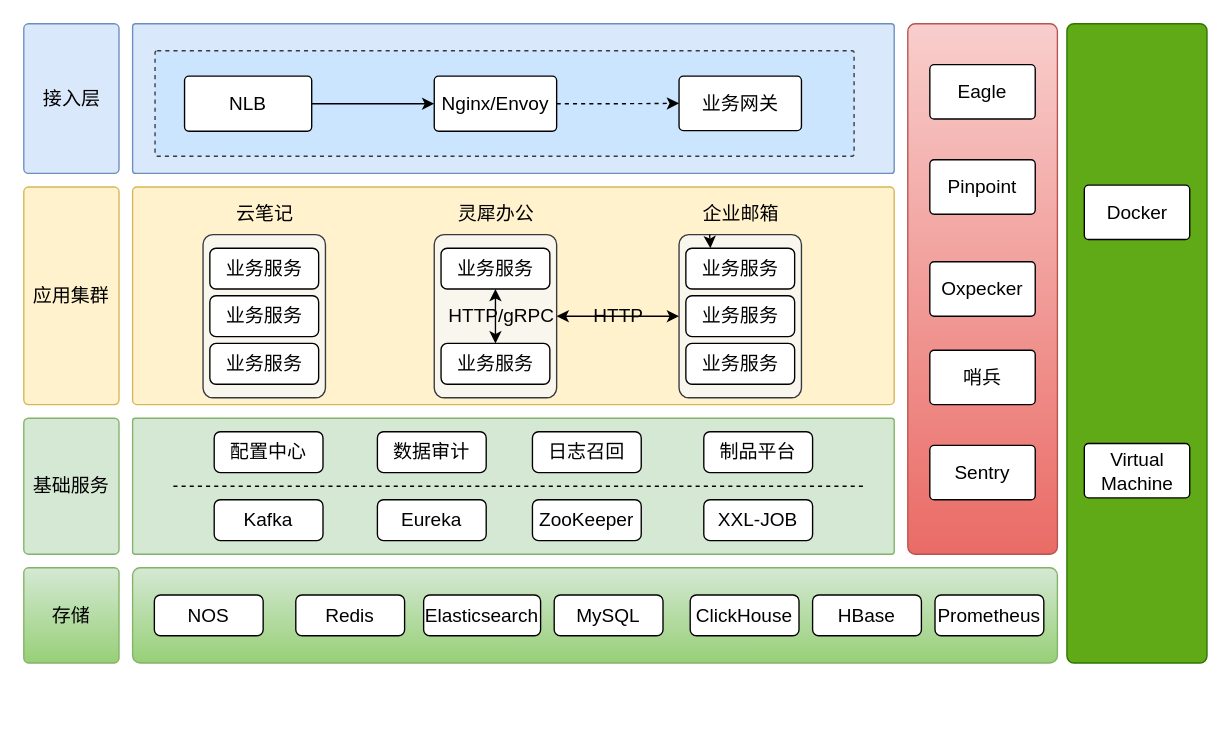
This is page "灵犀架构图" (1 of 8) of Untitled Diagram.drawio from maxuewen/draw.io, a draw.io file, before an edit. Source tidied: cells renumbered, new cells numbered last; positions are measured from the earlier drawing's top-left corner, leaving out a move shared by most shapes. Both pictures are drawn from the tidied source at 136%, with x=0, y=0 at pixel (23, 23).
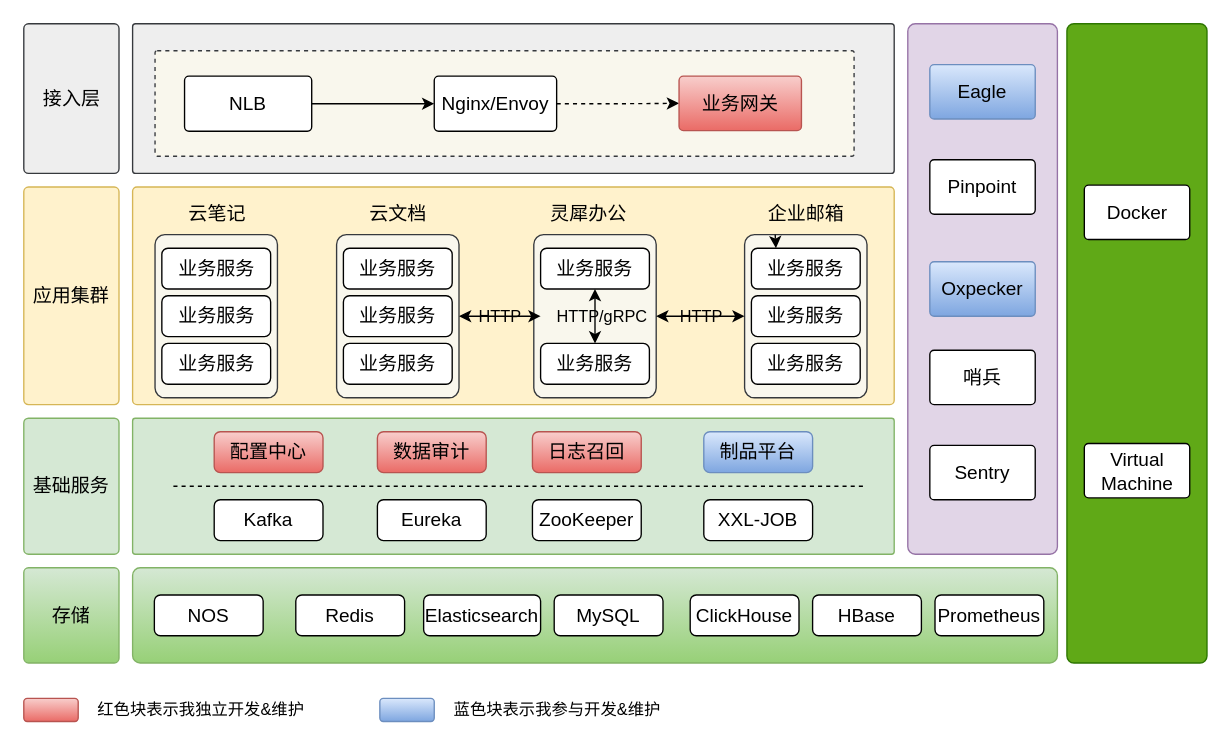
The same diagram, later.

The change refers to these unchanged cells:
```xml
<mxCell id="36" style="endArrow=classic;startArrow=classic;html=1;rounded=0;strokeWidth=1;entryX=0.5;entryY=1;entryDx=0;entryDy=0;exitX=0.5;exitY=0;exitDx=0;exitDy=0;fontSize=14;" parent="1" edge="1" source="15" target="14">
  <mxGeometry relative="1" as="geometry" />
</mxCell>
```

What changed in the source:
```diff
@@
-    <mxCell id="2" style="rounded=1;whiteSpace=wrap;html=1;arcSize=2;fillStyle=auto;shadow=0;glass=0;sketch=0;fillColor=#dae8fc;strokeColor=#6c8ebf;fontSize=14;" parent="1" vertex="1">
+    <mxCell id="2" style="rounded=1;whiteSpace=wrap;html=1;arcSize=2;fillStyle=auto;shadow=0;glass=0;sketch=0;fillColor=#eeeeee;strokeColor=#36393d;fontSize=14;" parent="1" vertex="1">
       <mxGeometry x="80" width="560" height="110" as="geometry" />
     </mxCell>
-    <mxCell id="3" style="rounded=1;whiteSpace=wrap;html=1;arcSize=2;fillStyle=auto;shadow=0;glass=0;sketch=0;dashed=1;strokeWidth=1;fillColor=#cce5ff;strokeColor=#36393d;fontSize=14;" parent="1" vertex="1">
+    <mxCell id="3" style="rounded=1;whiteSpace=wrap;html=1;arcSize=2;fillStyle=auto;shadow=0;glass=0;sketch=0;dashed=1;strokeWidth=1;fillColor=#f9f7ed;strokeColor=#36393d;fontSize=14;" parent="1" vertex="1">
       <mxGeometry x="96.5" y="19.8" width="514" height="77.6" as="geometry" />
     </mxCell>
-    <mxCell id="4" style="rounded=1;whiteSpace=wrap;html=1;perimeterSpacing=10;imageWidth=24;imageHeight=24;arcSize=5;fillColor=#dae8fc;strokeColor=#6c8ebf;fontSize=14;" parent="1" vertex="1">
+    <mxCell id="4" style="rounded=1;whiteSpace=wrap;html=1;perimeterSpacing=10;imageWidth=24;imageHeight=24;arcSize=5;fillColor=#eeeeee;strokeColor=#36393d;fontSize=14;" parent="1" vertex="1">
       <mxGeometry width="70" height="110" as="geometry" />
     </mxCell>
@@
     <mxCell id="8" style="rounded=1;whiteSpace=wrap;html=1;arcSize=8;fillStyle=auto;shadow=0;glass=0;sketch=0;fillColor=#f9f7ed;strokeColor=#36393d;fontSize=14;" parent="1" vertex="1">
-      <mxGeometry x="131.8" y="155" width="90" height="120" as="geometry" />
+      <mxGeometry x="96.5" y="155" width="90" height="120" as="geometry" />
     </mxCell>
     <mxCell id="9" value="业务服务" style="rounded=1;whiteSpace=wrap;html=1;shadow=0;glass=0;sketch=0;fillStyle=auto;fontSize=14;" parent="1" vertex="1">
-      <mxGeometry x="136.8" y="165" width="80" height="30" as="geometry" />
+      <mxGeometry x="101.5" y="165" width="80" height="30" as="geometry" />
     </mxCell>
     <mxCell id="10" value="业务服务" style="rounded=1;whiteSpace=wrap;html=1;shadow=0;glass=0;sketch=0;fillStyle=auto;fontSize=14;" parent="1" vertex="1">
-      <mxGeometry x="136.8" y="200" width="80" height="30" as="geometry" />
+      <mxGeometry x="101.5" y="200" width="80" height="30" as="geometry" />
     </mxCell>
     <mxCell id="11" value="业务服务" style="rounded=1;whiteSpace=wrap;html=1;shadow=0;glass=0;sketch=0;fillStyle=auto;fontSize=14;" parent="1" vertex="1">
-      <mxGeometry x="136.8" y="235" width="80" height="30" as="geometry" />
+      <mxGeometry x="101.5" y="235" width="80" height="30" as="geometry" />
     </mxCell>
     <mxCell id="12" value="云笔记" style="text;html=1;align=center;verticalAlign=middle;strokeColor=none;fillColor=none;fontSize=14;" parent="1" vertex="1">
-      <mxGeometry x="141.8" y="125" width="70" height="30" as="geometry" />
+      <mxGeometry x="106.5" y="125" width="70" height="30" as="geometry" />
     </mxCell>
     <mxCell id="13" style="rounded=1;whiteSpace=wrap;html=1;arcSize=8;fillStyle=auto;shadow=0;glass=0;sketch=0;fillColor=#f9f7ed;strokeColor=#36393d;fontSize=14;" parent="1" vertex="1">
-      <mxGeometry x="301.8" y="155" width="90" height="120" as="geometry" />
+      <mxGeometry x="375" y="155" width="90" height="120" as="geometry" />
     </mxCell>
     <mxCell id="14" value="业务服务" style="rounded=1;whiteSpace=wrap;html=1;shadow=0;glass=0;sketch=0;fillStyle=auto;fontSize=14;" parent="1" vertex="1">
-      <mxGeometry x="306.8" y="165" width="80" height="30" as="geometry" />
+      <mxGeometry x="380" y="165" width="80" height="30" as="geometry" />
     </mxCell>
     <mxCell id="15" value="业务服务" style="rounded=1;whiteSpace=wrap;html=1;shadow=0;glass=0;sketch=0;fillStyle=auto;fontSize=14;" parent="1" vertex="1">
-      <mxGeometry x="306.8" y="235" width="80" height="30" as="geometry" />
+      <mxGeometry x="380" y="235" width="80" height="30" as="geometry" />
     </mxCell>
     <mxCell id="16" value="灵犀办公" style="text;html=1;align=center;verticalAlign=middle;strokeColor=none;fillColor=none;fontSize=14;" parent="1" vertex="1">
-      <mxGeometry x="306.8" y="125" width="80" height="30" as="geometry" />
+      <mxGeometry x="375" y="125" width="80" height="30" as="geometry" />
     </mxCell>
     <mxCell id="17" style="rounded=1;whiteSpace=wrap;html=1;arcSize=8;fillStyle=auto;shadow=0;glass=0;sketch=0;fillColor=#f9f7ed;strokeColor=#36393d;fontSize=14;" parent="1" vertex="1">
-      <mxGeometry x="481.8" y="155" width="90" height="120" as="geometry" />
+      <mxGeometry x="530" y="155" width="90" height="120" as="geometry" />
     </mxCell>
     <mxCell id="18" value="业务服务" style="rounded=1;whiteSpace=wrap;html=1;shadow=0;glass=0;sketch=0;fillStyle=auto;fontSize=14;" parent="1" vertex="1">
-      <mxGeometry x="486.8" y="165" width="80" height="30" as="geometry" />
+      <mxGeometry x="535" y="165" width="80" height="30" as="geometry" />
     </mxCell>
     <mxCell id="19" value="业务服务" style="rounded=1;whiteSpace=wrap;html=1;shadow=0;glass=0;sketch=0;fillStyle=auto;fontSize=14;" parent="1" vertex="1">
-      <mxGeometry x="486.8" y="200" width="80" height="30" as="geometry" />
+      <mxGeometry x="535" y="200" width="80" height="30" as="geometry" />
     </mxCell>
     <mxCell id="20" value="业务服务" style="rounded=1;whiteSpace=wrap;html=1;shadow=0;glass=0;sketch=0;fillStyle=auto;fontSize=14;" parent="1" vertex="1">
-      <mxGeometry x="486.8" y="235" width="80" height="30" as="geometry" />
+      <mxGeometry x="535" y="235" width="80" height="30" as="geometry" />
     </mxCell>
     <mxCell id="21" value="企业邮箱" style="text;html=1;align=center;verticalAlign=middle;strokeColor=none;fillColor=none;fontSize=14;" parent="1" vertex="1">
-      <mxGeometry x="486.8" y="125" width="80" height="30" as="geometry" />
+      <mxGeometry x="535" y="125" width="80" height="30" as="geometry" />
     </mxCell>
@@
-    <mxCell id="24" value="配置中心" style="rounded=1;whiteSpace=wrap;html=1;shadow=0;glass=0;sketch=0;fillStyle=auto;fontSize=14;" parent="1" vertex="1">
+    <mxCell id="24" value="配置中心" style="rounded=1;whiteSpace=wrap;html=1;shadow=0;glass=0;sketch=0;fillStyle=auto;fontSize=14;fillColor=#f8cecc;gradientColor=#ea6b66;strokeColor=#b85450;" parent="1" vertex="1">
       <mxGeometry x="140" y="300" width="80" height="30" as="geometry" />
     </mxCell>
-    <mxCell id="25" value="数据审计" style="rounded=1;whiteSpace=wrap;html=1;shadow=0;glass=0;sketch=0;fillStyle=auto;fontSize=14;" parent="1" vertex="1">
+    <mxCell id="25" value="数据审计" style="rounded=1;whiteSpace=wrap;html=1;shadow=0;glass=0;sketch=0;fillStyle=auto;fontSize=14;fillColor=#f8cecc;gradientColor=#ea6b66;strokeColor=#b85450;" parent="1" vertex="1">
       <mxGeometry x="260" y="300" width="80" height="30" as="geometry" />
     </mxCell>
-    <mxCell id="26" value="日志召回" style="rounded=1;whiteSpace=wrap;html=1;shadow=0;glass=0;sketch=0;fillStyle=auto;fontSize=14;" parent="1" vertex="1">
+    <mxCell id="26" value="日志召回" style="rounded=1;whiteSpace=wrap;html=1;shadow=0;glass=0;sketch=0;fillStyle=auto;fontSize=14;fillColor=#f8cecc;strokeColor=#b85450;gradientColor=#ea6b66;" parent="1" vertex="1">
       <mxGeometry x="374" y="300" width="80" height="30" as="geometry" />
     </mxCell>
-    <mxCell id="27" value="制品平台" style="rounded=1;whiteSpace=wrap;html=1;shadow=0;glass=0;sketch=0;fillStyle=auto;fontSize=14;" parent="1" vertex="1">
+    <mxCell id="27" value="制品平台" style="rounded=1;whiteSpace=wrap;html=1;shadow=0;glass=0;sketch=0;fillStyle=auto;fontSize=14;fillColor=#dae8fc;strokeColor=#6c8ebf;gradientColor=#7ea6e0;" parent="1" vertex="1">
       <mxGeometry x="500" y="300" width="80" height="30" as="geometry" />
     </mxCell>
@@
-    <mxCell id="35" style="rounded=1;whiteSpace=wrap;html=1;arcSize=5;fillStyle=auto;shadow=0;glass=0;sketch=0;fillColor=#f8cecc;strokeColor=#b85450;align=center;gradientColor=#ea6b66;fontSize=14;" parent="1" vertex="1">
+    <mxCell id="35" style="rounded=1;whiteSpace=wrap;html=1;arcSize=5;fillStyle=auto;shadow=0;glass=0;sketch=0;fillColor=#e1d5e7;strokeColor=#9673a6;align=center;fontSize=14;" parent="1" vertex="1">
       <mxGeometry x="650" width="110" height="390" as="geometry" />
     </mxCell>
@@
-    <mxCell id="37" value="HTTP/gRPC" style="edgeLabel;html=1;align=center;verticalAlign=middle;labelBackgroundColor=none;fontSize=14;" parent="36" vertex="1">
+    <mxCell id="37" value="&lt;font style=&quot;font-size: 12px;&quot;&gt;HTTP/gRPC&lt;/font&gt;" style="edgeLabel;html=1;align=center;verticalAlign=middle;labelBackgroundColor=none;fontSize=14;" parent="36" vertex="1">
       <mxGeometry x="0.05" y="-4" relative="1" as="geometry" />
     </mxCell>
-    <mxCell id="38" value="HTTP" style="endArrow=classic;startArrow=classic;html=1;rounded=0;strokeWidth=1;entryX=0;entryY=0.5;entryDx=0;entryDy=0;exitX=1;exitY=0.5;exitDx=0;exitDy=0;labelBackgroundColor=none;fontSize=14;" parent="1" edge="1" source="13" target="17">
-      <mxGeometry relative="1" as="geometry" />
-    </mxCell>
@@
-    <mxCell id="50" value="业务网关" style="rounded=1;whiteSpace=wrap;html=1;arcSize=8;fillStyle=auto;shadow=0;glass=0;sketch=0;fontSize=14;" parent="1" vertex="1">
+    <mxCell id="50" value="业务网关" style="rounded=1;whiteSpace=wrap;html=1;arcSize=8;fillStyle=auto;shadow=0;glass=0;sketch=0;fontSize=14;fillColor=#f8cecc;gradientColor=#ea6b66;strokeColor=#b85450;" parent="1" vertex="1">
       <mxGeometry x="481.8" y="38.5" width="90" height="40" as="geometry" />
     </mxCell>
@@
-    <mxCell id="52" value="Eagle" style="rounded=1;whiteSpace=wrap;html=1;arcSize=8;fillStyle=auto;shadow=0;glass=0;sketch=0;fontSize=14;" parent="1" vertex="1">
+    <mxCell id="52" value="Eagle" style="rounded=1;whiteSpace=wrap;html=1;arcSize=8;fillStyle=auto;shadow=0;glass=0;sketch=0;fontSize=14;fillColor=#dae8fc;gradientColor=#7ea6e0;strokeColor=#6c8ebf;" parent="1" vertex="1">
       <mxGeometry x="666.2" y="30" width="77.5" height="40" as="geometry" />
     </mxCell>
-    <mxCell id="53" value="Oxpecker" style="rounded=1;whiteSpace=wrap;html=1;arcSize=8;fillStyle=auto;shadow=0;glass=0;sketch=0;fontSize=14;" parent="1" vertex="1">
+    <mxCell id="53" value="Oxpecker" style="rounded=1;whiteSpace=wrap;html=1;arcSize=8;fillStyle=auto;shadow=0;glass=0;sketch=0;fontSize=14;fillColor=#dae8fc;gradientColor=#7ea6e0;strokeColor=#6c8ebf;" parent="1" vertex="1">
       <mxGeometry x="666.2" y="175" width="77.5" height="40" as="geometry" />
     </mxCell>
@@
+    <mxCell id="60" style="rounded=1;whiteSpace=wrap;html=1;arcSize=8;fillStyle=auto;shadow=0;glass=0;sketch=0;fillColor=#f9f7ed;strokeColor=#36393d;fontSize=14;" parent="1" vertex="1">
+      <mxGeometry x="230" y="155" width="90" height="120" as="geometry" />
+    </mxCell>
+    <mxCell id="61" value="业务服务" style="rounded=1;whiteSpace=wrap;html=1;shadow=0;glass=0;sketch=0;fillStyle=auto;fontSize=14;" parent="1" vertex="1">
+      <mxGeometry x="235" y="165" width="80" height="30" as="geometry" />
+    </mxCell>
+    <mxCell id="62" value="业务服务" style="rounded=1;whiteSpace=wrap;html=1;shadow=0;glass=0;sketch=0;fillStyle=auto;fontSize=14;" parent="1" vertex="1">
+      <mxGeometry x="235" y="200" width="80" height="30" as="geometry" />
+    </mxCell>
+    <mxCell id="38" value="&lt;span style=&quot;font-size: 12px;&quot;&gt;HTTP&lt;/span&gt;" style="endArrow=classic;startArrow=classic;html=1;rounded=0;strokeWidth=1;entryX=0;entryY=0.5;entryDx=0;entryDy=0;exitX=1;exitY=0.5;exitDx=0;exitDy=0;labelBackgroundColor=none;fontSize=14;" parent="1" edge="1" source="13" target="17">
+      <mxGeometry relative="1" as="geometry" />
+    </mxCell>
+    <mxCell id="63" value="业务服务" style="rounded=1;whiteSpace=wrap;html=1;shadow=0;glass=0;sketch=0;fillStyle=auto;fontSize=14;" parent="1" vertex="1">
+      <mxGeometry x="235" y="235" width="80" height="30" as="geometry" />
+    </mxCell>
+    <mxCell id="64" value="云文档" style="text;html=1;align=center;verticalAlign=middle;strokeColor=none;fillColor=none;fontSize=14;" parent="1" vertex="1">
+      <mxGeometry x="240" y="125" width="70" height="30" as="geometry" />
+    </mxCell>
+    <mxCell id="65" value="&lt;span style=&quot;font-size: 12px;&quot;&gt;HTTP&lt;/span&gt;" style="endArrow=classic;startArrow=classic;html=1;rounded=0;strokeWidth=1;exitX=1;exitY=0.5;exitDx=0;exitDy=0;labelBackgroundColor=none;fontSize=14;" parent="1" edge="1" source="60">
+      <mxGeometry relative="1" as="geometry">
+        <mxPoint x="380" y="215" as="targetPoint" />
+      </mxGeometry>
+    </mxCell>
+    <mxCell id="66" style="rounded=1;whiteSpace=wrap;html=1;shadow=0;glass=0;sketch=0;fillStyle=auto;fontSize=14;fillColor=#f8cecc;strokeColor=#b85450;gradientColor=#ea6b66;" parent="1" vertex="1">
+      <mxGeometry y="496" width="40" height="17" as="geometry" />
+    </mxCell>
+    <mxCell id="67" value="红色块表示我独立开发&amp;amp;维护" style="text;html=1;align=center;verticalAlign=middle;strokeColor=none;fillColor=none;fontSize=12;" parent="1" vertex="1">
+      <mxGeometry x="40" y="490" width="180" height="30" as="geometry" />
+    </mxCell>
+    <mxCell id="68" style="rounded=1;whiteSpace=wrap;html=1;shadow=0;glass=0;sketch=0;fillStyle=auto;fontSize=14;fillColor=#dae8fc;strokeColor=#6c8ebf;gradientColor=#7ea6e0;" parent="1" vertex="1">
+      <mxGeometry x="261.8" y="496" width="40" height="17" as="geometry" />
+    </mxCell>
+    <mxCell id="69" value="蓝色块表示我参与开发&amp;amp;维护" style="text;html=1;align=center;verticalAlign=middle;strokeColor=none;fillColor=none;fontSize=12;" parent="1" vertex="1">
+      <mxGeometry x="301.8" y="490" width="180" height="30" as="geometry" />
+    </mxCell>
```
